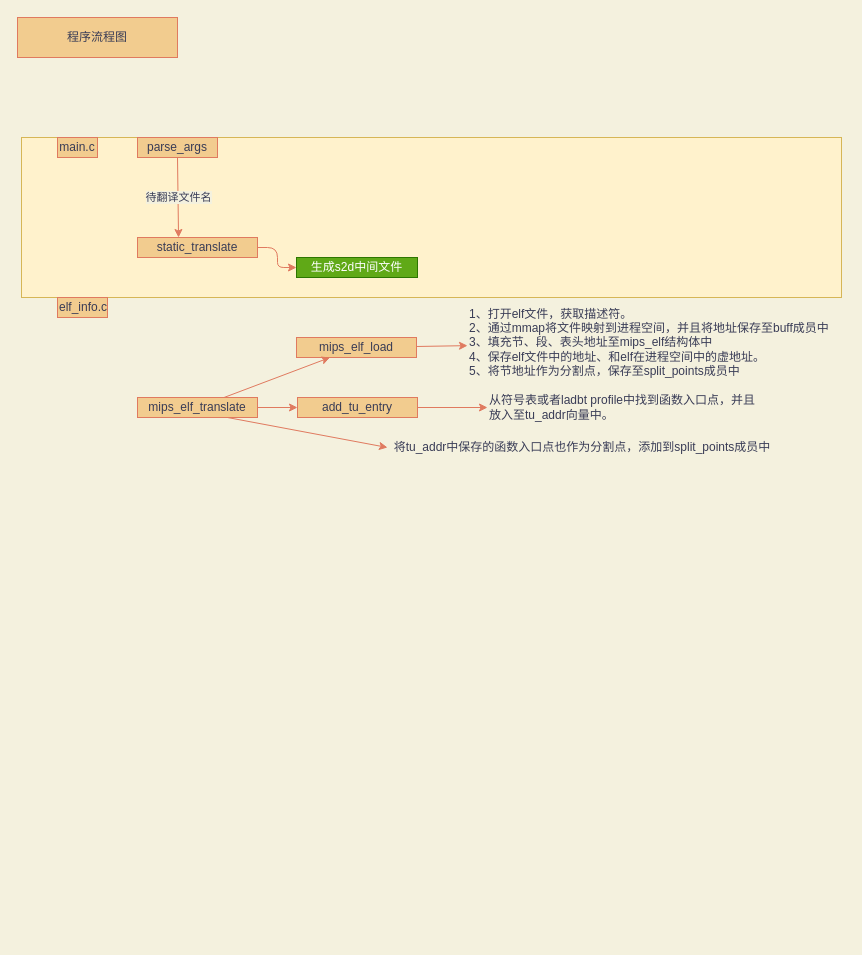
This is page "Page-2" (2 of 3) of lasbt/Lasbt.drawio from zintown/MindGraph, a draw.io file, before an edit. Source tidied: cells renumbered, new cells numbered last; positions are measured from the earlier drawing's top-left corner, leaving out a move shared by most shapes. Both pictures are drawn from the tidied source at 100%, with x=0, y=0 at pixel (17, 17).
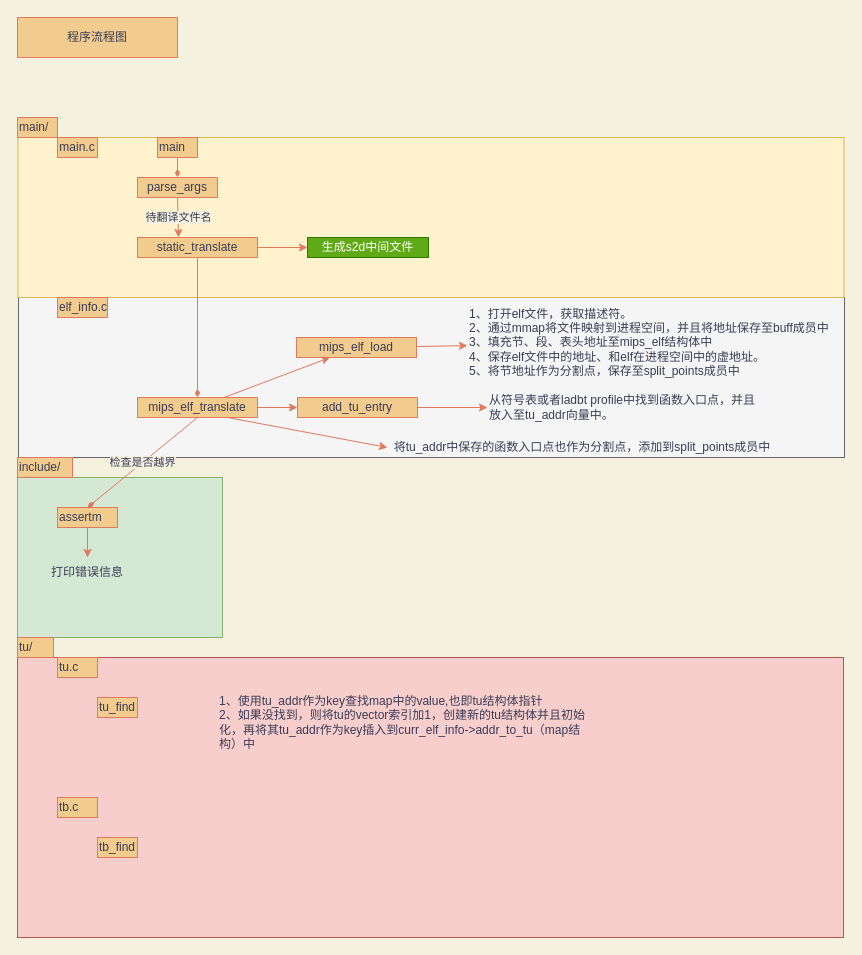
After the change.

The change refers to these unchanged cells:
```xml
<mxCell id="7" value="static_translate" style="whiteSpace=wrap;html=1;labelBackgroundColor=none;fillColor=#F2CC8F;strokeColor=#E07A5F;fontColor=#393C56;" parent="1" vertex="1">
  <mxGeometry x="120" y="220" width="120" height="20" as="geometry" />
</mxCell>
<mxCell id="19" value="mips_elf_translate" style="whiteSpace=wrap;html=1;strokeColor=#E07A5F;fillColor=#F2CC8F;fontColor=#393C56;align=center;" parent="1" vertex="1">
  <mxGeometry x="120" y="380" width="120" height="20" as="geometry" />
</mxCell>
```

Diff of the diagram source:
```diff
@@
+    <mxCell id="22" style="rounded=0;whiteSpace=wrap;html=1;strokeColor=#b85450;fillColor=#f8cecc;align=left;" parent="1" vertex="1">
+      <mxGeometry y="640" width="826" height="280" as="geometry" />
+    </mxCell>
+    <mxCell id="23" style="rounded=0;whiteSpace=wrap;html=1;strokeColor=#82b366;fillColor=#d5e8d4;align=left;" parent="1" vertex="1">
+      <mxGeometry y="460" width="205" height="160" as="geometry" />
+    </mxCell>
+    <mxCell id="24" style="rounded=0;whiteSpace=wrap;html=1;strokeColor=#666666;fillColor=#f5f5f5;align=left;fontColor=#333333;" parent="1" vertex="1">
+      <mxGeometry x="1" y="280" width="826" height="160" as="geometry" />
+    </mxCell>
     <mxCell id="2" style="rounded=0;whiteSpace=wrap;html=1;strokeColor=#d6b656;fillColor=#fff2cc;align=left;" parent="1" vertex="1">
-      <mxGeometry x="4" y="120" width="820" height="160" as="geometry" />
+      <mxGeometry x="0.5" y="120" width="826" height="160" as="geometry" />
     </mxCell>
@@
     <mxCell id="5" value="parse_args" style="whiteSpace=wrap;html=1;labelBackgroundColor=none;fillColor=#F2CC8F;strokeColor=#E07A5F;fontColor=#393C56;" parent="1" vertex="1">
-      <mxGeometry x="120" y="120" width="80" height="20" as="geometry" />
+      <mxGeometry x="120" y="160" width="80" height="20" as="geometry" />
     </mxCell>
@@
+    <mxCell id="25" style="edgeStyle=none;jettySize=auto;html=1;exitX=0.5;exitY=1;exitDx=0;exitDy=0;entryX=0.5;entryY=0;entryDx=0;entryDy=0;labelBackgroundColor=#F4F1DE;endFill=1;strokeColor=#E07A5F;fontColor=#393C56;endArrow=diamondThin;" parent="1" edge="1" source="7" target="19">
+      <mxGeometry relative="1" as="geometry" />
+    </mxCell>
@@
     <mxCell id="9" value="生成s2d中间文件" style="text;html=1;strokeColor=#2D7600;fillColor=#60a917;align=center;verticalAlign=middle;whiteSpace=wrap;fontColor=#ffffff;" parent="1" vertex="1">
-      <mxGeometry x="279" y="240" width="121" height="20" as="geometry" />
+      <mxGeometry x="290" y="220" width="121" height="20" as="geometry" />
     </mxCell>
@@
+    <mxCell id="26" value="检查是否越界" style="edgeStyle=none;jettySize=auto;html=1;exitX=0.5;exitY=1;exitDx=0;exitDy=0;entryX=0.5;entryY=0;entryDx=0;entryDy=0;labelBackgroundColor=#F4F1DE;endArrow=diamondThin;endFill=1;strokeColor=#E07A5F;fontColor=#393C56;" parent="1" edge="1" source="19" target="30">
+      <mxGeometry relative="1" as="geometry" />
+    </mxCell>
@@
+    <mxCell id="27" value="main/" style="rounded=0;whiteSpace=wrap;html=1;strokeColor=#E07A5F;fillColor=#F2CC8F;fontColor=#393C56;align=left;" parent="1" vertex="1">
+      <mxGeometry y="100" width="40" height="20" as="geometry" />
+    </mxCell>
+    <mxCell id="28" value="include/" style="rounded=0;whiteSpace=wrap;html=1;strokeColor=#E07A5F;fillColor=#F2CC8F;fontColor=#393C56;align=left;" parent="1" vertex="1">
+      <mxGeometry y="440" width="55" height="20" as="geometry" />
+    </mxCell>
+    <mxCell id="29" style="edgeStyle=none;jettySize=auto;html=1;labelBackgroundColor=#F4F1DE;endFill=1;strokeColor=#E07A5F;fontColor=#393C56;" parent="1" edge="1" source="30" target="31">
+      <mxGeometry relative="1" as="geometry" />
+    </mxCell>
+    <mxCell id="30" value="assertm" style="rounded=0;whiteSpace=wrap;html=1;strokeColor=#E07A5F;fillColor=#F2CC8F;fontColor=#393C56;align=left;" parent="1" vertex="1">
+      <mxGeometry x="40" y="490" width="60" height="20" as="geometry" />
+    </mxCell>
+    <mxCell id="31" value="打印错误信息" style="text;html=1;strokeColor=none;fillColor=none;align=center;verticalAlign=middle;whiteSpace=wrap;rounded=0;fontColor=#393C56;" parent="1" vertex="1">
+      <mxGeometry x="30" y="540" width="80" height="30" as="geometry" />
+    </mxCell>
+    <mxCell id="32" value="tu/" style="rounded=0;whiteSpace=wrap;html=1;strokeColor=#E07A5F;fillColor=#F2CC8F;fontColor=#393C56;align=left;" parent="1" vertex="1">
+      <mxGeometry y="620" width="36" height="20" as="geometry" />
+    </mxCell>
+    <mxCell id="33" value="tu.c" style="rounded=0;whiteSpace=wrap;html=1;strokeColor=#E07A5F;fillColor=#F2CC8F;fontColor=#393C56;align=left;" parent="1" vertex="1">
+      <mxGeometry x="40" y="640" width="40" height="20" as="geometry" />
+    </mxCell>
+    <mxCell id="34" value="tb.c" style="rounded=0;whiteSpace=wrap;html=1;strokeColor=#E07A5F;fillColor=#F2CC8F;fontColor=#393C56;align=left;" parent="1" vertex="1">
+      <mxGeometry x="40" y="780" width="40" height="20" as="geometry" />
+    </mxCell>
+    <mxCell id="35" style="edgeStyle=none;jettySize=auto;html=1;labelBackgroundColor=#F4F1DE;endArrow=diamondThin;endFill=1;strokeColor=#E07A5F;fontColor=#393C56;entryX=0.5;entryY=0;entryDx=0;entryDy=0;" parent="1" edge="1" source="36" target="5">
+      <mxGeometry relative="1" as="geometry" />
+    </mxCell>
+    <mxCell id="36" value="main" style="rounded=0;whiteSpace=wrap;html=1;strokeColor=#E07A5F;fillColor=#F2CC8F;fontColor=#393C56;align=left;" parent="1" vertex="1">
+      <mxGeometry x="140" y="120" width="40" height="20" as="geometry" />
+    </mxCell>
+    <mxCell id="37" value="tu_find" style="rounded=0;whiteSpace=wrap;html=1;strokeColor=#E07A5F;fillColor=#F2CC8F;fontColor=#393C56;align=left;" parent="1" vertex="1">
+      <mxGeometry x="80" y="680" width="40" height="20" as="geometry" />
+    </mxCell>
+    <mxCell id="38" value="tb_find" style="rounded=0;whiteSpace=wrap;html=1;strokeColor=#E07A5F;fillColor=#F2CC8F;fontColor=#393C56;align=left;" parent="1" vertex="1">
+      <mxGeometry x="80" y="820" width="40" height="20" as="geometry" />
+    </mxCell>
+    <mxCell id="39" value="&lt;div&gt;&lt;span&gt;1、使用tu_addr作为key查找map中的value,也即tu结构体指针&lt;/span&gt;&lt;/div&gt;&lt;div&gt;&lt;span&gt;2、如果没找到，则将tu的vector索引加1，创建新的tu结构体并且初始化，再将其tu_addr作为key插入到curr_elf_info-&amp;gt;addr_to_tu（map结构）中&lt;/span&gt;&lt;/div&gt;" style="text;html=1;strokeColor=none;fillColor=none;align=left;verticalAlign=middle;whiteSpace=wrap;rounded=0;fontColor=#393C56;" parent="1" vertex="1">
+      <mxGeometry x="200" y="680" width="370" height="50" as="geometry" />
+    </mxCell>
```
